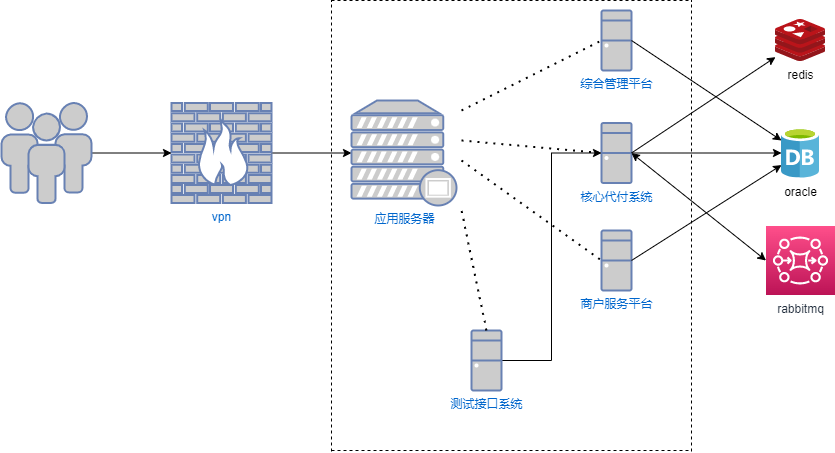
Above: Untitled Diagram.drawio.png in songyibo2019/mydiagrams (draw.io), before the change. Source tidied: cells renumbered, new cells last; positions are measured from the earlier drawing's top-left corner, leaving out a move shared by most shapes.
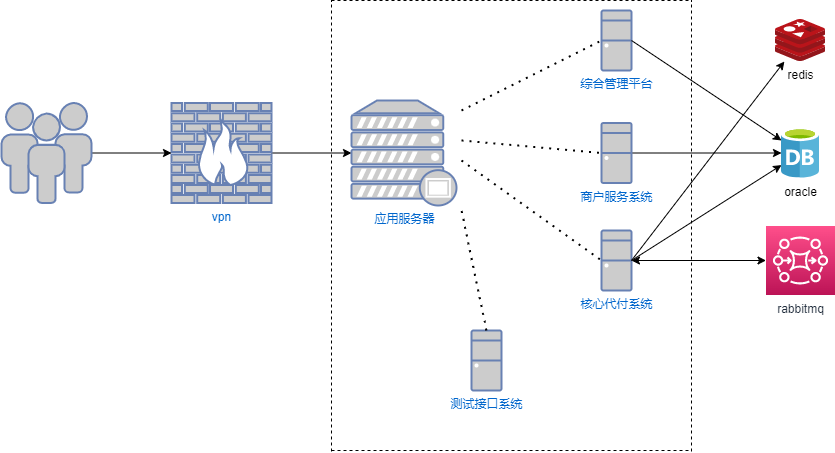
Above is the later version.

Change to the diagram source:
```diff
@@ -20,10 +20,10 @@
     <mxCell id="7" style="edgeStyle=orthogonalEdgeStyle;rounded=0;jettySize=auto;html=1;exitX=1;exitY=0.5;exitDx=0;exitDy=0;exitPerimeter=0;" parent="1" edge="1" source="8" target="13">
       <mxGeometry relative="1" as="geometry" />
     </mxCell>
-    <mxCell id="8" value="核心代付系统" style="fontColor=#0066CC;verticalAlign=top;verticalLabelPosition=bottom;labelPosition=center;align=center;html=1;outlineConnect=0;fillColor=#CCCCCC;strokeColor=#6881B3;gradientColor=none;gradientDirection=north;strokeWidth=2;shape=mxgraph.networks.desktop_pc;" parent="1" vertex="1">
+    <mxCell id="8" value="商户服务系统" style="fontColor=#0066CC;verticalAlign=top;verticalLabelPosition=bottom;labelPosition=center;align=center;html=1;outlineConnect=0;fillColor=#CCCCCC;strokeColor=#6881B3;gradientColor=none;gradientDirection=north;strokeWidth=2;shape=mxgraph.networks.desktop_pc;" parent="1" vertex="1">
       <mxGeometry x="600" y="122.5" width="30" height="60" as="geometry" />
     </mxCell>
-    <mxCell id="9" value="商户服务平台" style="fontColor=#0066CC;verticalAlign=top;verticalLabelPosition=bottom;labelPosition=center;align=center;html=1;outlineConnect=0;fillColor=#CCCCCC;strokeColor=#6881B3;gradientColor=none;gradientDirection=north;strokeWidth=2;shape=mxgraph.networks.desktop_pc;" parent="1" vertex="1">
+    <mxCell id="9" value="核心代付系统" style="fontColor=#0066CC;verticalAlign=top;verticalLabelPosition=bottom;labelPosition=center;align=center;html=1;outlineConnect=0;fillColor=#CCCCCC;strokeColor=#6881B3;gradientColor=none;gradientDirection=north;strokeWidth=2;shape=mxgraph.networks.desktop_pc;" parent="1" vertex="1">
       <mxGeometry x="600" y="230" width="30" height="60" as="geometry" />
     </mxCell>
     <mxCell id="10" value="应用服务器" style="fontColor=#0066CC;verticalAlign=top;verticalLabelPosition=bottom;labelPosition=center;align=center;html=1;outlineConnect=0;fillColor=#CCCCCC;strokeColor=#6881B3;gradientColor=none;gradientDirection=north;strokeWidth=2;shape=mxgraph.networks.proxy_server;" parent="1" vertex="1">
@@ -38,9 +38,6 @@
     <mxCell id="13" value="oracle" style="sketch=0;html=1;points=[];align=center;image;fontSize=12;image=img/lib/mscae/Database_General.svg;" parent="1" vertex="1">
       <mxGeometry x="780" y="127.5" width="38" height="50" as="geometry" />
     </mxCell>
-    <mxCell id="14" style="endArrow=classic;html=1;rounded=0;exitX=1;exitY=0.5;exitDx=0;exitDy=0;exitPerimeter=0;" parent="1" edge="1" source="8" target="11">
-      <mxGeometry relative="1" as="geometry" />
-    </mxCell>
     <mxCell id="15" style="endArrow=classic;html=1;rounded=0;exitX=1;exitY=0.5;exitDx=0;exitDy=0;exitPerimeter=0;" parent="1" edge="1" source="4">
       <mxGeometry relative="1" as="geometry">
         <mxPoint x="780" y="140" as="targetPoint" />
@@ -49,9 +46,6 @@
     <mxCell id="16" style="endArrow=classic;html=1;rounded=0;exitX=1;exitY=0.5;exitDx=0;exitDy=0;exitPerimeter=0;" parent="1" edge="1" source="9" target="13">
       <mxGeometry relative="1" as="geometry" />
     </mxCell>
-    <mxCell id="17" style="endArrow=classic;startArrow=classic;html=1;rounded=0;entryX=1;entryY=0.5;entryDx=0;entryDy=0;entryPerimeter=0;exitX=0;exitY=0.5;exitDx=0;exitDy=0;exitPerimeter=0;" parent="1" edge="1" source="12" target="8">
-      <mxGeometry relative="1" as="geometry" />
-    </mxCell>
     <mxCell id="18" style="endArrow=none;dashed=1;html=1;rounded=0;" parent="1" edge="1">
       <mxGeometry relative="1" as="geometry">
         <mxPoint x="330" y="451" as="sourcePoint" />
@@ -91,9 +85,6 @@
         <mxPoint x="460" y="160" as="sourcePoint" />
       </mxGeometry>
     </mxCell>
-    <mxCell id="25" style="edgeStyle=orthogonalEdgeStyle;rounded=0;jettySize=auto;html=1;entryX=0;entryY=0.5;entryDx=0;entryDy=0;entryPerimeter=0;" parent="1" edge="1" source="26" target="8">
-      <mxGeometry relative="1" as="geometry" />
-    </mxCell>
     <mxCell id="26" value="测试接口系统" style="fontColor=#0066CC;verticalAlign=top;verticalLabelPosition=bottom;labelPosition=center;align=center;html=1;outlineConnect=0;fillColor=#CCCCCC;strokeColor=#6881B3;gradientColor=none;gradientDirection=north;strokeWidth=2;shape=mxgraph.networks.desktop_pc;" parent="1" vertex="1">
       <mxGeometry x="470" y="330" width="30" height="60" as="geometry" />
     </mxCell>
@@ -102,5 +93,13 @@
         <mxPoint x="460" y="210" as="targetPoint" />
       </mxGeometry>
     </mxCell>
+    <mxCell id="28" style="endArrow=classic;html=1;rounded=0;exitX=1;exitY=0.5;exitDx=0;exitDy=0;exitPerimeter=0;" parent="1" edge="1" source="9" target="11">
+      <mxGeometry relative="1" as="geometry" />
+    </mxCell>
+    <mxCell id="29" style="endArrow=classic;startArrow=classic;html=1;rounded=0;entryX=0;entryY=0.5;entryDx=0;entryDy=0;entryPerimeter=0;" parent="1" edge="1" target="12">
+      <mxGeometry relative="1" as="geometry">
+        <mxPoint x="630" y="260" as="sourcePoint" />
+      </mxGeometry>
+    </mxCell>
   </root>
 </mxGraphModel>
```
